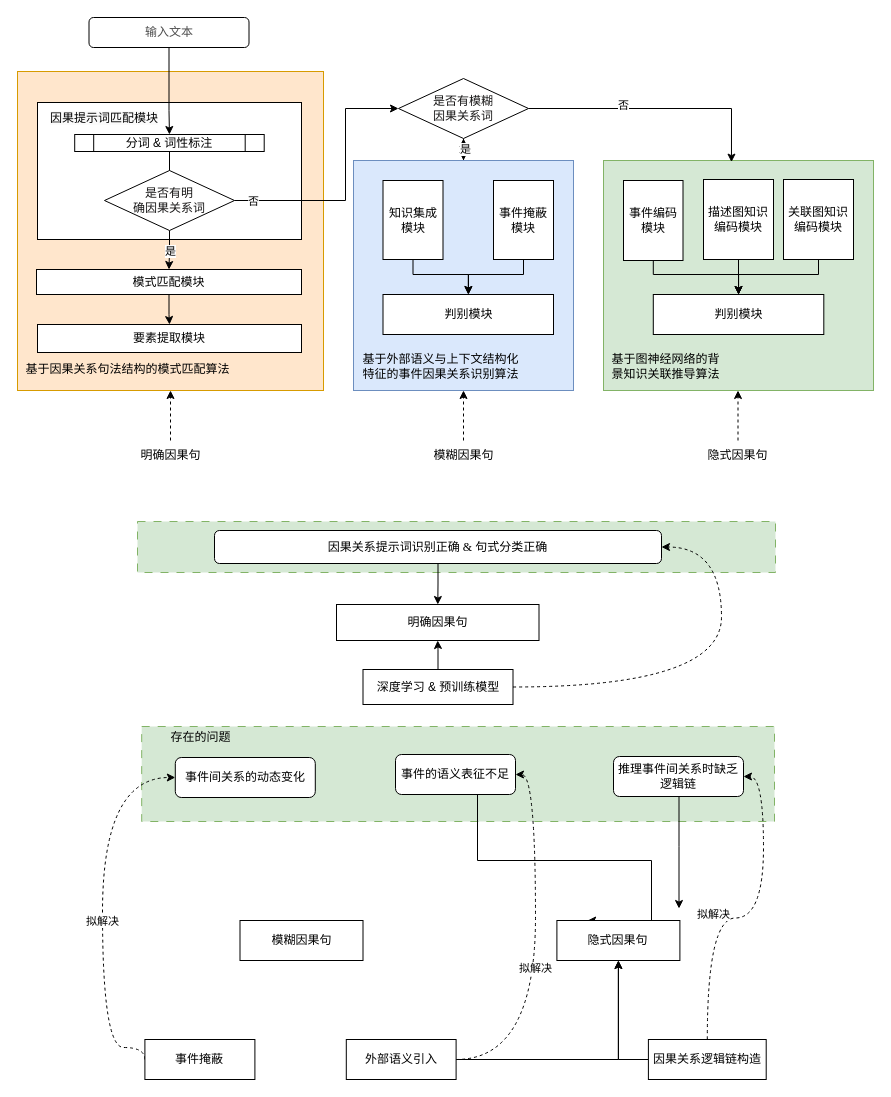
Before: page "方案" (1 of 16) of 2.drawio in JiaXinLI98/myProject, a draw.io diagram. Source tidied: cells renumbered, new cells numbered last; positions are measured from the earlier drawing's top-left corner, leaving out a move shared by most shapes. Both pictures are drawn from the tidied source at 100%, with x=0, y=0 at pixel (17, 17).
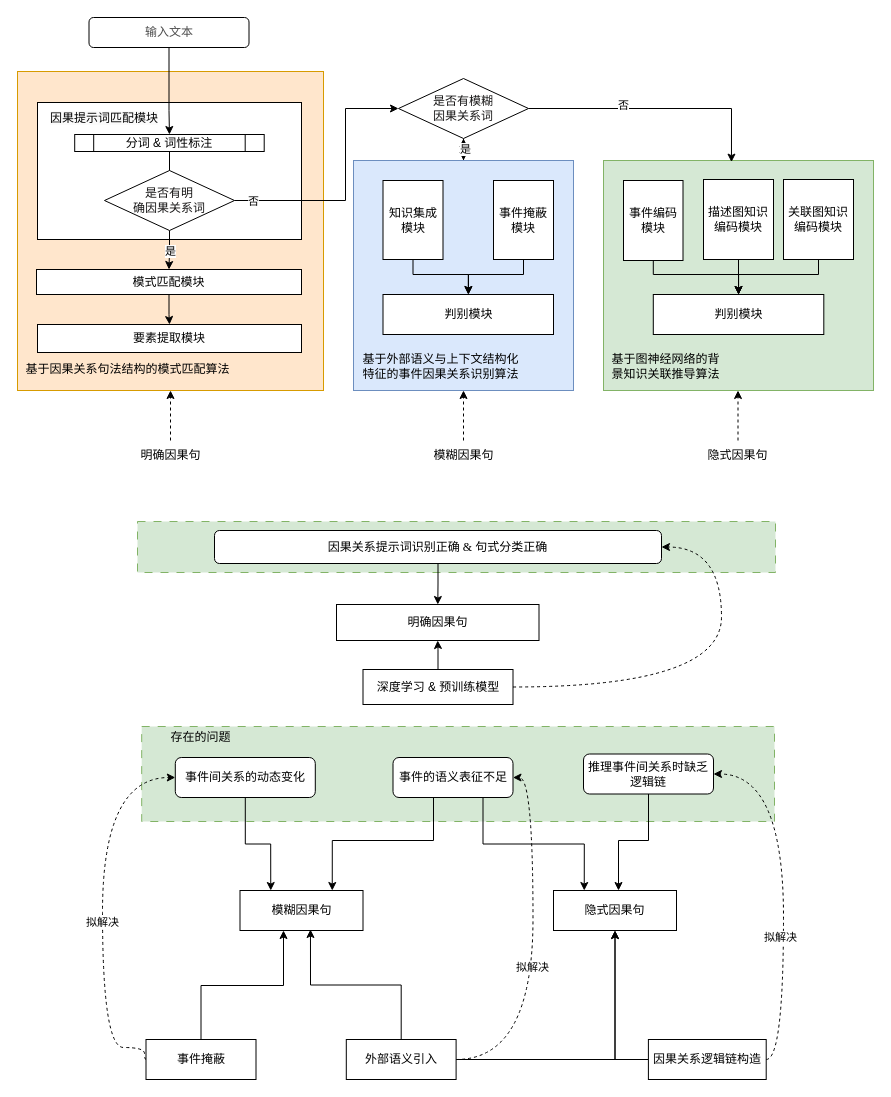
After the change.

The change refers to these unchanged cells:
```xml
<mxCell id="49" value="&lt;p style=&quot;margin: 0pt 0pt 0.0001pt; line-height: 20pt; font-family: &amp;quot;Times New Roman&amp;quot;;&quot; class=&quot;MsoNormal&quot;&gt;事件间关系的动态变化&lt;br&gt;&lt;/p&gt;" style="rounded=1;whiteSpace=wrap;html=1;align=center;" parent="1" vertex="1">
  <mxGeometry x="157.8" y="740" width="140" height="40" as="geometry" />
</mxCell>
<mxCell id="56" value="外部语义引入" style="rounded=0;whiteSpace=wrap;html=1;" parent="1" vertex="1">
  <mxGeometry x="328.8" y="1022" width="109.8" height="40" as="geometry" />
</mxCell>
<mxCell id="64" value="因果关系逻辑链构造" style="rounded=0;whiteSpace=wrap;html=1;" parent="1" vertex="1">
  <mxGeometry x="630.9" y="1022" width="117.8" height="40" as="geometry" />
</mxCell>
```

Change to the diagram source:
```diff
@@
+    <mxCell id="73" style="edgeStyle=orthogonalEdgeStyle;rounded=0;jettySize=auto;html=1;entryX=0.75;entryY=0;entryDx=0;entryDy=0;" parent="1" edge="1" source="48" target="72">
+      <mxGeometry relative="1" as="geometry">
+        <Array as="points">
+          <mxPoint x="416" y="823" />
+          <mxPoint x="315" y="823" />
+        </Array>
+      </mxGeometry>
+    </mxCell>
-    <mxCell id="47" style="edgeStyle=orthogonalEdgeStyle;rounded=0;jettySize=auto;html=1;entryX=0.25;entryY=0;entryDx=0;entryDy=0;exitX=0.5;exitY=1;exitDx=0;exitDy=0;" parent="1" edge="1" source="48" target="60">
-      <mxGeometry relative="1" as="geometry">
-        <Array as="points">
-          <mxPoint x="460" y="777" />
-          <mxPoint x="460" y="843" />
-          <mxPoint x="634" y="843" />
-        </Array>
-      </mxGeometry>
+    <mxCell id="47" style="edgeStyle=orthogonalEdgeStyle;rounded=0;jettySize=auto;html=1;entryX=0.25;entryY=0;entryDx=0;entryDy=0;exitX=0.75;exitY=1;exitDx=0;exitDy=0;" parent="1" edge="1" source="48" target="60">
+      <mxGeometry relative="1" as="geometry" />
     </mxCell>
     <mxCell id="48" value="事件的语义表征不足" style="rounded=1;whiteSpace=wrap;html=1;" parent="1" vertex="1">
-      <mxGeometry x="378" y="737" width="120" height="40" as="geometry" />
+      <mxGeometry x="375.5" y="740" width="120" height="40" as="geometry" />
     </mxCell>
+    <mxCell id="74" style="edgeStyle=orthogonalEdgeStyle;rounded=0;jettySize=auto;html=1;entryX=0.25;entryY=0;entryDx=0;entryDy=0;" parent="1" edge="1" source="49" target="72">
+      <mxGeometry relative="1" as="geometry" />
+    </mxCell>
@@
-    <mxCell id="50" style="edgeStyle=orthogonalEdgeStyle;rounded=0;orthogonalLoop=1;jettySize=auto;html=1;entryX=0.5;entryY=0;entryDx=0;entryDy=0;" parent="1" edge="1">
-      <mxGeometry relative="1" as="geometry">
-        <mxPoint x="661.5" y="779" as="sourcePoint" />
-        <mxPoint x="661.5" y="891" as="targetPoint" />
-        <Array as="points">
-          <mxPoint x="662" y="829" />
-        </Array>
-      </mxGeometry>
-    </mxCell>
+    <mxCell id="75" style="edgeStyle=orthogonalEdgeStyle;rounded=0;jettySize=auto;html=1;" parent="1" edge="1" source="51" target="60">
+      <mxGeometry relative="1" as="geometry">
+        <Array as="points">
+          <mxPoint x="631" y="823" />
+          <mxPoint x="601" y="823" />
+        </Array>
+      </mxGeometry>
+    </mxCell>
     <mxCell id="51" value="推理事件间关系时缺乏逻辑链" style="rounded=1;whiteSpace=wrap;html=1;" parent="1" vertex="1">
-      <mxGeometry x="596" y="739" width="130" height="40" as="geometry" />
+      <mxGeometry x="566" y="736.5" width="130" height="40" as="geometry" />
     </mxCell>
@@
+    <mxCell id="76" style="edgeStyle=orthogonalEdgeStyle;rounded=0;jettySize=auto;html=1;" parent="1" edge="1" source="59">
+      <mxGeometry relative="1" as="geometry">
+        <mxPoint x="266" y="913" as="targetPoint" />
+        <Array as="points">
+          <mxPoint x="184" y="968" />
+          <mxPoint x="266" y="968" />
+        </Array>
+      </mxGeometry>
+    </mxCell>
     <mxCell id="59" value="事件掩蔽" style="rounded=0;whiteSpace=wrap;html=1;" parent="1" vertex="1">
-      <mxGeometry x="127.4" y="1022" width="110" height="40" as="geometry" />
+      <mxGeometry x="128.5" y="1022" width="110" height="40" as="geometry" />
     </mxCell>
     <mxCell id="60" value="隐式因果句" style="rounded=0;whiteSpace=wrap;html=1;" parent="1" vertex="1">
-      <mxGeometry x="539.4" y="903" width="123" height="40" as="geometry" />
+      <mxGeometry x="536" y="873" width="123" height="40" as="geometry" />
     </mxCell>
@@
     <mxCell id="62" style="edgeStyle=orthogonalEdgeStyle;rounded=0;jettySize=auto;html=1;entryX=1;entryY=0.5;entryDx=0;entryDy=0;curved=1;dashed=1;" parent="1" edge="1" source="64" target="51">
-      <mxGeometry relative="1" as="geometry" />
+      <mxGeometry relative="1" as="geometry">
+        <Array as="points">
+          <mxPoint x="766" y="1042" />
+          <mxPoint x="766" y="757" />
+        </Array>
+      </mxGeometry>
     </mxCell>
@@
     <mxCell id="72" value="模糊因果句" style="rounded=0;whiteSpace=wrap;html=1;" parent="1" vertex="1">
-      <mxGeometry x="222.5" y="903" width="123" height="40" as="geometry" />
+      <mxGeometry x="222.5" y="873" width="123" height="40" as="geometry" />
     </mxCell>
+    <mxCell id="77" style="edgeStyle=orthogonalEdgeStyle;rounded=0;jettySize=auto;html=1;entryX=0.573;entryY=0.975;entryDx=0;entryDy=0;entryPerimeter=0;" parent="1" edge="1" source="56" target="72">
+      <mxGeometry relative="1" as="geometry" />
+    </mxCell>
```
